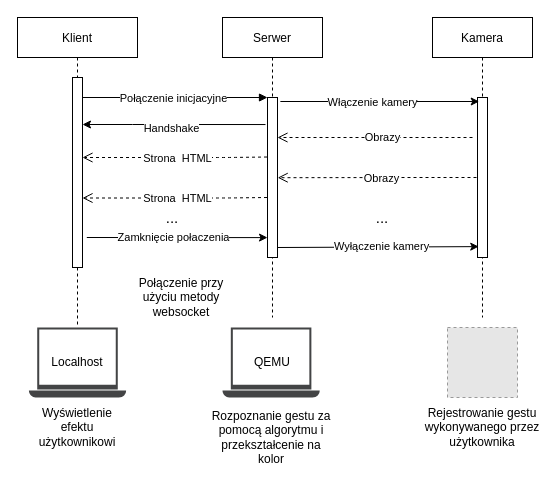
The draw.io diagram dokumentacja/sequence.drawio in Mitchu727/SKPS---gesture-recoqnition, before the edit. Source tidied: cells renumbered, new cells numbered last; positions are measured from the earlier drawing's top-left corner, leaving out a move shared by most shapes. Both pictures are drawn from the tidied source at 100%, with x=0, y=0 at pixel (17, 17). Pictures stored in the file or linked from it are replaced by grey dashed boxes.
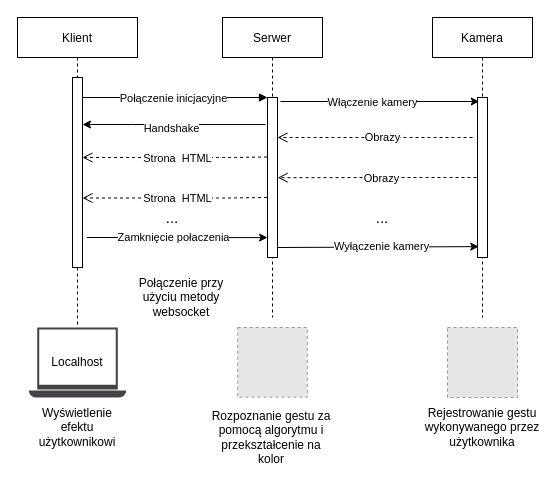
After the change.

What changed in the source:
```diff
@@
-    <mxCell id="11" style="shadow=0;dashed=0;html=1;strokeColor=none;fillColor=#434445;labelPosition=center;verticalLabelPosition=bottom;verticalAlign=top;align=center;shape=mxgraph.vvd.laptop;" parent="1" vertex="1">
-      <mxGeometry x="205" y="310" width="97.2" height="70" as="geometry" />
-    </mxCell>
@@
-    <mxCell id="13" value="QEMU" style="text;html=1;strokeColor=none;fillColor=none;align=center;verticalAlign=middle;whiteSpace=wrap;rounded=0;" parent="1" vertex="1">
-      <mxGeometry x="235" y="335" width="40" height="20" as="geometry" />
-    </mxCell>
@@
+    <mxCell id="37" style="fillColor=#E6E6E6;strokeColor=#999999;dashed=1;html=1;verticalAlign=top;verticalLabelPosition=bottom;labelBackgroundColor=#ffffff;" parent="1" vertex="1">
+      <mxGeometry x="220.2" y="310" width="69.6" height="69.6" as="geometry" />
+    </mxCell>
```
